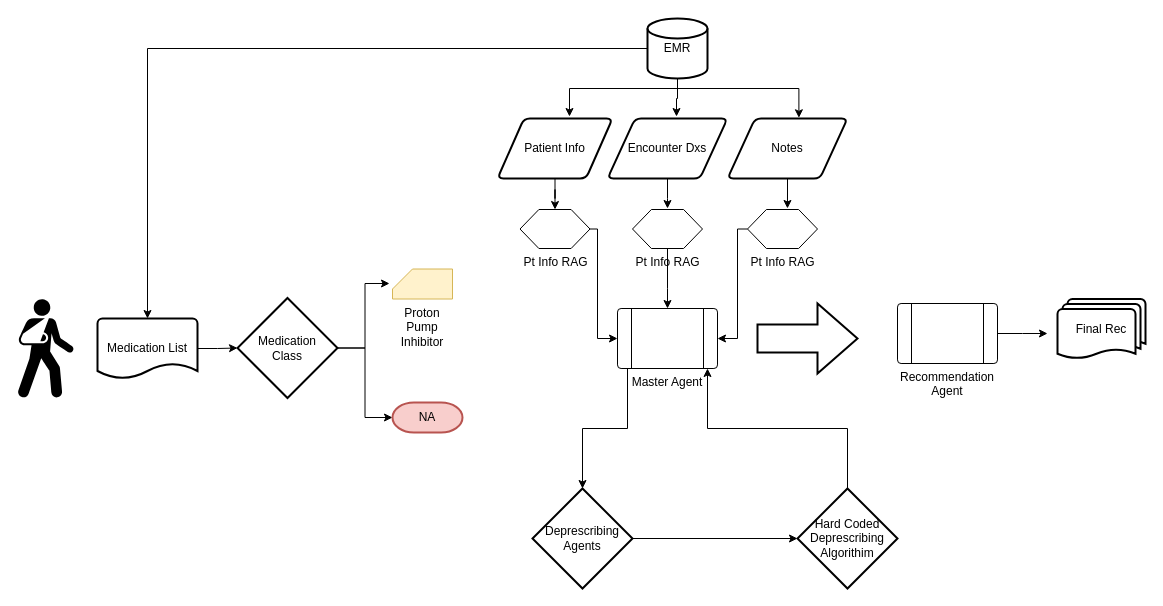
Above: FlowChart.drawio in Beenjamming/DataSci210_MedicationDeprescriber (draw.io), before the change. Source tidied: cells renumbered, new cells numbered last; positions are measured from the earlier drawing's top-left corner, leaving out a move shared by most shapes. Both pictures are drawn from the tidied source at 100%, with x=0, y=0 at pixel (17, 18).
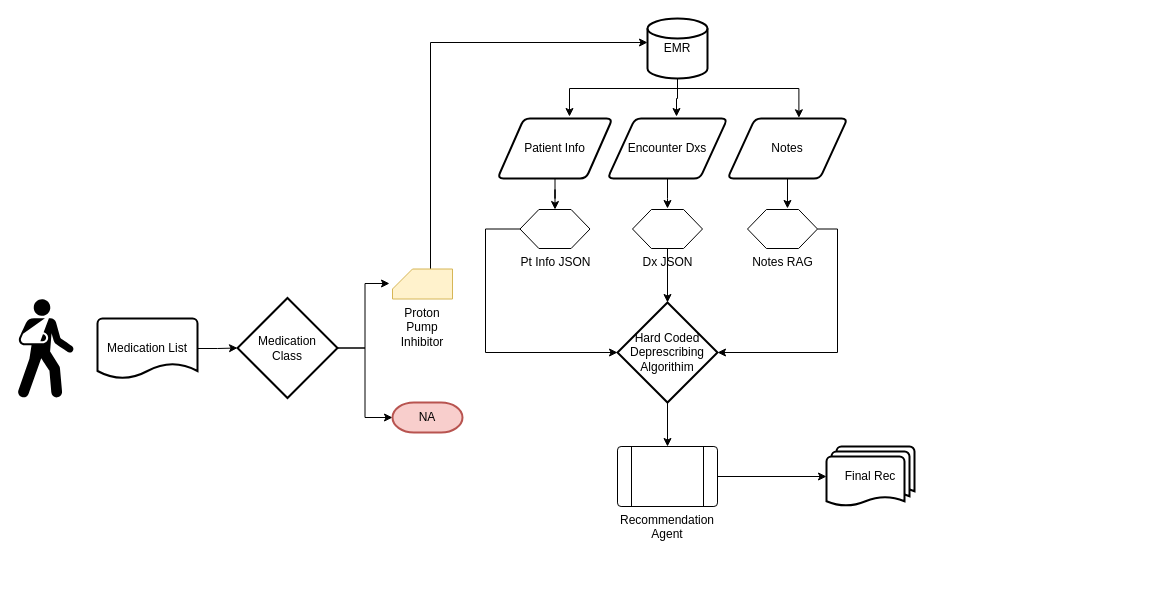
The same page after the edit.

Unchanged cells that the change refers to:
```xml
<mxCell id="6" value="EMR" style="strokeWidth=2;html=1;shape=mxgraph.flowchart.database;whiteSpace=wrap;" parent="1" vertex="1">
  <mxGeometry x="630" width="60" height="60" as="geometry" />
</mxCell>
<mxCell id="14" value="Medication List" style="strokeWidth=2;html=1;shape=mxgraph.flowchart.document2;whiteSpace=wrap;size=0.25;" parent="1" vertex="1">
  <mxGeometry x="80" y="300" width="100" height="60" as="geometry" />
</mxCell>
<mxCell id="16" value="Proton Pump Inhibitor" style="verticalLabelPosition=bottom;verticalAlign=top;html=1;shape=card;whiteSpace=wrap;size=20;arcSize=12;fillColor=#fff2cc;strokeColor=#d6b656;" parent="1" vertex="1">
  <mxGeometry x="375" y="250.5" width="60" height="30" as="geometry" />
</mxCell>
```

Change to the diagram source:
```diff
@@
-    <mxCell id="2" style="edgeStyle=orthogonalEdgeStyle;rounded=0;jettySize=auto;html=1;" parent="1" edge="1" source="6" target="14">
-      <mxGeometry relative="1" as="geometry" />
-    </mxCell>
@@
+    <mxCell id="37" style="edgeStyle=orthogonalEdgeStyle;rounded=0;jettySize=auto;html=1;entryX=0;entryY=0.4;entryDx=0;entryDy=0;entryPerimeter=0;" parent="1" edge="1" source="16" target="6">
+      <mxGeometry relative="1" as="geometry">
+        <Array as="points">
+          <mxPoint x="413" y="24" />
+        </Array>
+      </mxGeometry>
+    </mxCell>
@@
-    <mxCell id="21" style="edgeStyle=orthogonalEdgeStyle;rounded=0;jettySize=auto;html=1;entryX=0.5;entryY=0;entryDx=0;entryDy=0;entryPerimeter=0;" parent="1" edge="1" source="22" target="30">
-      <mxGeometry relative="1" as="geometry">
-        <Array as="points">
-          <mxPoint x="610" y="410" />
-          <mxPoint x="565" y="410" />
-        </Array>
-      </mxGeometry>
-    </mxCell>
-    <mxCell id="22" value="Master Agent" style="verticalLabelPosition=bottom;verticalAlign=top;html=1;shape=process;whiteSpace=wrap;rounded=1;size=0.14;arcSize=6;" parent="1" vertex="1">
-      <mxGeometry x="600" y="290" width="100" height="60" as="geometry" />
-    </mxCell>
-    <mxCell id="23" style="edgeStyle=orthogonalEdgeStyle;rounded=0;jettySize=auto;html=1;" parent="1" edge="1" source="24" target="22">
-      <mxGeometry relative="1" as="geometry">
-        <Array as="points">
-          <mxPoint x="580" y="210" />
-          <mxPoint x="580" y="320" />
-        </Array>
-      </mxGeometry>
-    </mxCell>
+    <mxCell id="38" style="edgeStyle=orthogonalEdgeStyle;rounded=0;jettySize=auto;html=1;entryX=0;entryY=0.5;entryDx=0;entryDy=0;entryPerimeter=0;" parent="1" edge="1" source="24" target="32">
+      <mxGeometry relative="1" as="geometry">
+        <Array as="points">
+          <mxPoint x="468" y="211" />
+          <mxPoint x="468" y="334" />
+        </Array>
+      </mxGeometry>
+    </mxCell>
-    <mxCell id="24" value="Pt Info RAG" style="verticalLabelPosition=bottom;verticalAlign=top;html=1;shape=hexagon;perimeter=hexagonPerimeter2;arcSize=6;size=0.27;" parent="1" vertex="1">
+    <mxCell id="24" value="Pt Info JSON" style="verticalLabelPosition=bottom;verticalAlign=top;html=1;shape=hexagon;perimeter=hexagonPerimeter2;arcSize=6;size=0.27;rounded=0;" parent="1" vertex="1">
       <mxGeometry x="502.5" y="191" width="70" height="39" as="geometry" />
     </mxCell>
-    <mxCell id="25" style="edgeStyle=orthogonalEdgeStyle;rounded=0;jettySize=auto;html=1;entryX=1;entryY=0.5;entryDx=0;entryDy=0;" parent="1" edge="1" source="26" target="22">
-      <mxGeometry relative="1" as="geometry">
-        <Array as="points">
-          <mxPoint x="720" y="210" />
-          <mxPoint x="720" y="320" />
-        </Array>
-      </mxGeometry>
-    </mxCell>
+    <mxCell id="39" style="edgeStyle=orthogonalEdgeStyle;rounded=0;jettySize=auto;html=1;entryX=1;entryY=0.5;entryDx=0;entryDy=0;entryPerimeter=0;" parent="1" edge="1" source="26" target="32">
+      <mxGeometry relative="1" as="geometry">
+        <Array as="points">
+          <mxPoint x="820" y="211" />
+          <mxPoint x="820" y="334" />
+        </Array>
+      </mxGeometry>
+    </mxCell>
-    <mxCell id="26" value="Pt Info RAG" style="verticalLabelPosition=bottom;verticalAlign=top;html=1;shape=hexagon;perimeter=hexagonPerimeter2;arcSize=6;size=0.27;" parent="1" vertex="1">
+    <mxCell id="26" value="Notes RAG" style="verticalLabelPosition=bottom;verticalAlign=top;html=1;shape=hexagon;perimeter=hexagonPerimeter2;arcSize=6;size=0.27;" parent="1" vertex="1">
       <mxGeometry x="730" y="191" width="70" height="39" as="geometry" />
     </mxCell>
-    <mxCell id="27" style="edgeStyle=orthogonalEdgeStyle;rounded=0;jettySize=auto;html=1;entryX=0.5;entryY=0;entryDx=0;entryDy=0;" parent="1" edge="1" source="28" target="22">
-      <mxGeometry relative="1" as="geometry">
-        <Array as="points">
-          <mxPoint x="650" y="270" />
-          <mxPoint x="650" y="270" />
-        </Array>
-      </mxGeometry>
-    </mxCell>
+    <mxCell id="40" style="edgeStyle=orthogonalEdgeStyle;rounded=0;jettySize=auto;html=1;entryX=0.5;entryY=0;entryDx=0;entryDy=0;entryPerimeter=0;" parent="1" edge="1" source="28" target="32">
+      <mxGeometry relative="1" as="geometry" />
+    </mxCell>
-    <mxCell id="28" value="Pt Info RAG" style="verticalLabelPosition=bottom;verticalAlign=top;html=1;shape=hexagon;perimeter=hexagonPerimeter2;arcSize=6;size=0.27;" parent="1" vertex="1">
+    <mxCell id="28" value="Dx JSON" style="verticalLabelPosition=bottom;verticalAlign=top;html=1;shape=hexagon;perimeter=hexagonPerimeter2;arcSize=6;size=0.27;" parent="1" vertex="1">
       <mxGeometry x="615" y="191" width="70" height="39" as="geometry" />
     </mxCell>
-    <mxCell id="29" style="edgeStyle=orthogonalEdgeStyle;rounded=0;jettySize=auto;html=1;entryX=0;entryY=0.5;entryDx=0;entryDy=0;entryPerimeter=0;" parent="1" edge="1" source="30" target="32">
-      <mxGeometry relative="1" as="geometry" />
-    </mxCell>
-    <mxCell id="30" value="Deprescribing Agents" style="strokeWidth=2;html=1;shape=mxgraph.flowchart.decision;whiteSpace=wrap;" parent="1" vertex="1">
-      <mxGeometry x="515" y="470" width="100" height="100" as="geometry" />
-    </mxCell>
-    <mxCell id="31" style="edgeStyle=orthogonalEdgeStyle;rounded=0;jettySize=auto;html=1;exitX=0.5;exitY=0;exitDx=0;exitDy=0;exitPerimeter=0;" parent="1" edge="1" source="32" target="22">
-      <mxGeometry relative="1" as="geometry">
-        <Array as="points">
-          <mxPoint x="830" y="410" />
-          <mxPoint x="690" y="410" />
-        </Array>
-      </mxGeometry>
-    </mxCell>
+    <mxCell id="41" style="edgeStyle=orthogonalEdgeStyle;rounded=0;jettySize=auto;html=1;" parent="1" edge="1" source="32" target="35">
+      <mxGeometry relative="1" as="geometry" />
+    </mxCell>
     <mxCell id="32" value="Hard Coded Deprescribing Algorithim" style="strokeWidth=2;html=1;shape=mxgraph.flowchart.decision;whiteSpace=wrap;" parent="1" vertex="1">
-      <mxGeometry x="780" y="470" width="100" height="100" as="geometry" />
+      <mxGeometry x="600" y="284" width="100" height="100" as="geometry" />
     </mxCell>
-    <mxCell id="33" style="verticalLabelPosition=bottom;verticalAlign=top;html=1;strokeWidth=2;shape=mxgraph.arrows2.arrow;dy=0.6;dx=40;notch=0;" parent="1" vertex="1">
-      <mxGeometry x="740" y="285" width="100" height="70" as="geometry" />
-    </mxCell>
-    <mxCell id="34" style="edgeStyle=orthogonalEdgeStyle;rounded=0;jettySize=auto;html=1;" parent="1" edge="1" source="35">
-      <mxGeometry relative="1" as="geometry">
-        <mxPoint x="1030" y="315" as="targetPoint" />
-      </mxGeometry>
-    </mxCell>
+    <mxCell id="42" style="edgeStyle=orthogonalEdgeStyle;rounded=0;jettySize=auto;html=1;entryX=0;entryY=0.5;entryDx=0;entryDy=0;entryPerimeter=0;" parent="1" edge="1" source="35" target="36">
+      <mxGeometry relative="1" as="geometry" />
+    </mxCell>
     <mxCell id="35" value="Recommendation Agent" style="verticalLabelPosition=bottom;verticalAlign=top;html=1;shape=process;whiteSpace=wrap;rounded=1;size=0.14;arcSize=6;" parent="1" vertex="1">
-      <mxGeometry x="880" y="285" width="100" height="60" as="geometry" />
+      <mxGeometry x="600" y="428" width="100" height="60" as="geometry" />
     </mxCell>
     <mxCell id="36" value="Final Rec" style="strokeWidth=2;html=1;shape=mxgraph.flowchart.multi-document;whiteSpace=wrap;" parent="1" vertex="1">
-      <mxGeometry x="1040" y="280.5" width="88" height="60" as="geometry" />
+      <mxGeometry x="809" y="428" width="88" height="60" as="geometry" />
     </mxCell>
```
